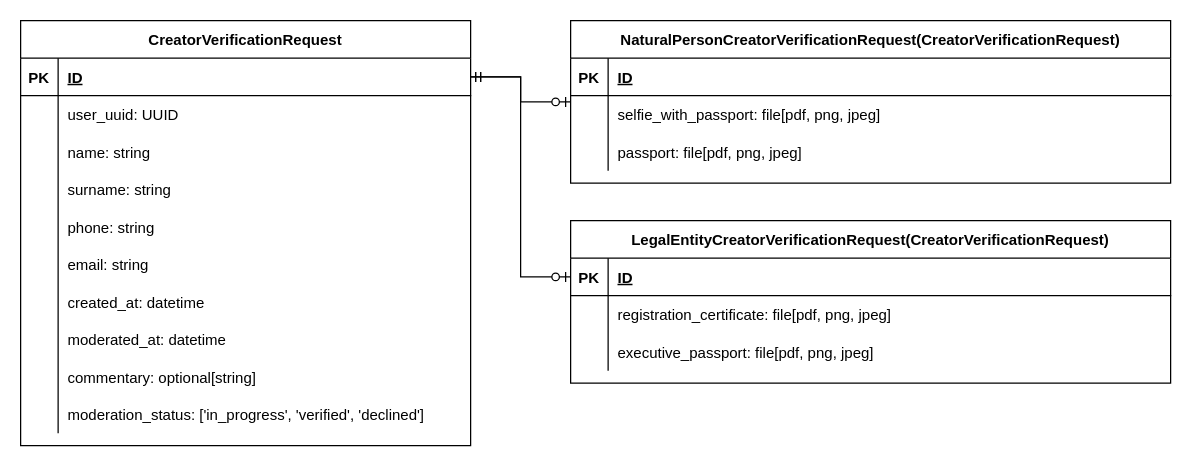
Earlier version of the draw.io diagram page "DB" (1 of 2) of docs/moderation.drawio (cliqueio/moderation). Source tidied: cells renumbered, new cells numbered last; positions are measured from the earlier drawing's top-left corner, leaving out a move shared by most shapes. Both pictures are drawn from the tidied source at 125%, with x=0, y=0 at pixel (20, 20).
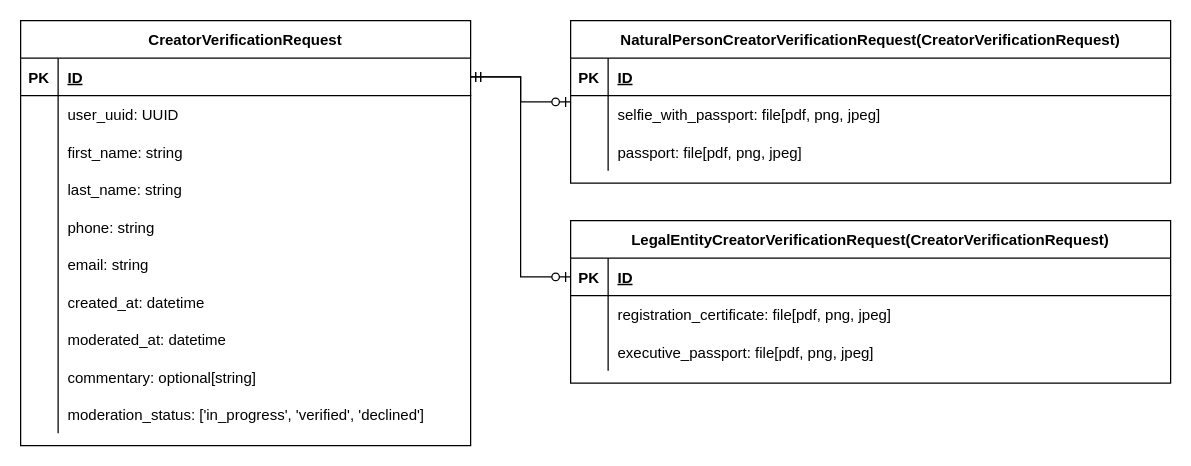
After the change.

Unchanged cells that the change refers to:
```xml
<mxCell id="29" style="shape=partialRectangle;fillColor=none;top=0;left=0;bottom=0;right=0;" parent="22" vertex="1">
  <mxGeometry y="90" width="360" height="30" as="geometry" />
</mxCell>
<mxCell id="32" style="shape=partialRectangle;fillColor=none;top=0;left=0;bottom=0;right=0;" parent="22" vertex="1">
  <mxGeometry y="120" width="360" height="30" as="geometry" />
</mxCell>
```

Diff of the diagram source:
```diff
@@
-    <mxCell id="31" value="name: string" style="shape=partialRectangle;fillColor=none;top=0;left=0;bottom=0;right=0;align=left;spacingLeft=6;overflow=hidden;" parent="29" vertex="1">
+    <mxCell id="31" value="first_name: string" style="shape=partialRectangle;fillColor=none;top=0;left=0;bottom=0;right=0;align=left;spacingLeft=6;overflow=hidden;" parent="29" vertex="1">
       <mxGeometry x="30" width="330" height="30" as="geometry" />
     </mxCell>
@@
-    <mxCell id="34" value="surname: string" style="shape=partialRectangle;fillColor=none;top=0;left=0;bottom=0;right=0;align=left;spacingLeft=6;overflow=hidden;" parent="32" vertex="1">
+    <mxCell id="34" value="last_name: string" style="shape=partialRectangle;fillColor=none;top=0;left=0;bottom=0;right=0;align=left;spacingLeft=6;overflow=hidden;" parent="32" vertex="1">
       <mxGeometry x="30" width="330" height="30" as="geometry" />
     </mxCell>
```
